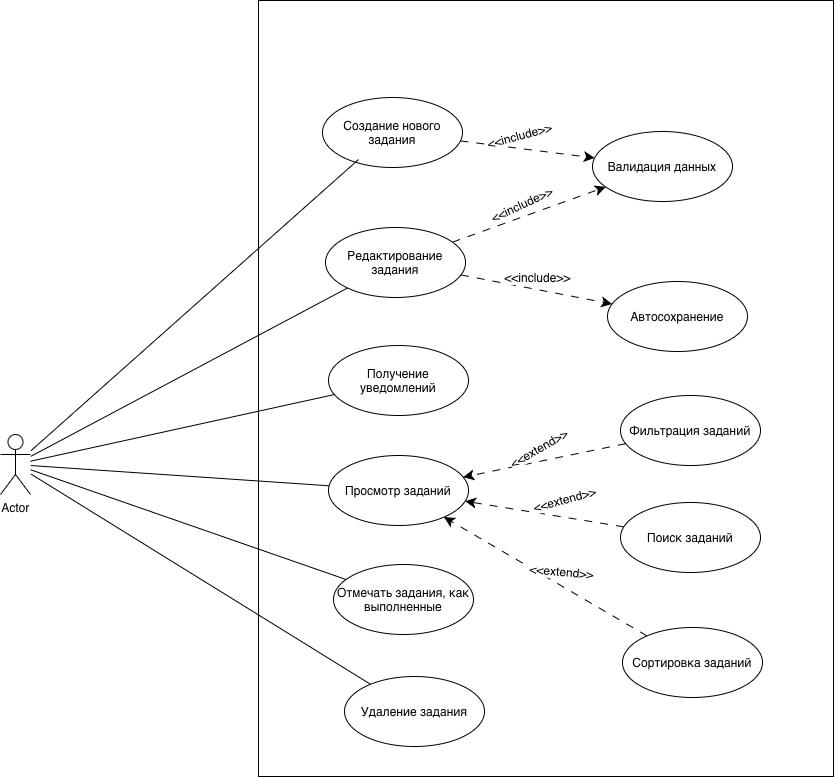
Before: docs/use_cases/use_cases_diagramm.drawio.png, a diagram exported from draw.io (yulya-cloud/Planning-of-the-educational-process-src). Source tidied: cells renumbered, new cells last; positions are measured from the earlier drawing's top-left corner, leaving out a move shared by most shapes.
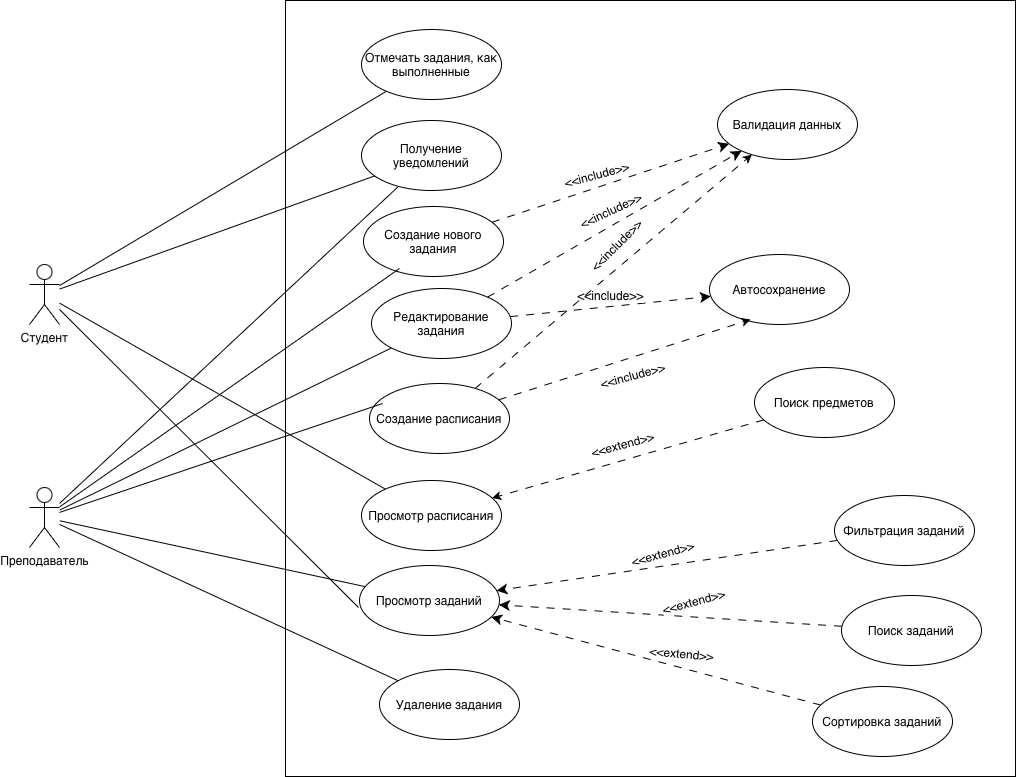
Above is the later version.

Diff of the diagram source:
```diff
@@ -3,7 +3,7 @@
     <mxCell id="0" />
     <mxCell id="1" parent="0" />
     <mxCell id="2" style="rounded=0;whiteSpace=wrap;html=1;" parent="1" vertex="1">
-      <mxGeometry x="258" width="575" height="776" as="geometry" />
+      <mxGeometry x="286" y="47" width="730" height="776" as="geometry" />
     </mxCell>
     <mxCell id="3" style="edgeStyle=none;curved=1;rounded=0;jettySize=auto;html=1;fontSize=12;startSize=8;endSize=8;endArrow=none;endFill=0;" parent="1" edge="1" source="8" target="16">
       <mxGeometry relative="1" as="geometry" />
@@ -17,11 +17,8 @@
     <mxCell id="6" style="edgeStyle=none;curved=1;rounded=0;jettySize=auto;html=1;fontSize=12;startSize=8;endSize=8;endArrow=none;endFill=0;" parent="1" edge="1" source="8" target="18">
       <mxGeometry relative="1" as="geometry" />
     </mxCell>
-    <mxCell id="7" style="edgeStyle=none;curved=1;rounded=0;jettySize=auto;html=1;fontSize=12;startSize=8;endSize=8;endArrow=none;endFill=0;" parent="1" edge="1" source="8" target="19">
-      <mxGeometry relative="1" as="geometry" />
-    </mxCell>
-    <mxCell id="8" value="Actor" style="shape=umlActor;verticalLabelPosition=bottom;verticalAlign=top;html=1;" parent="1" vertex="1">
-      <mxGeometry y="434" width="30" height="60" as="geometry" />
+    <mxCell id="8" value="Преподаватель" style="shape=umlActor;verticalLabelPosition=bottom;verticalAlign=top;html=1;" parent="1" vertex="1">
+      <mxGeometry x="30" y="534" width="30" height="60" as="geometry" />
     </mxCell>
     <mxCell id="9" style="edgeStyle=none;curved=1;rounded=0;jettySize=auto;html=1;fontSize=12;startSize=8;endSize=8;dashed=1;dashPattern=8 8;" parent="1" edge="1" source="11" target="21">
       <mxGeometry relative="1" as="geometry" />
@@ -32,7 +29,7 @@
       </mxGeometry>
     </mxCell>
     <mxCell id="11" value="Создание нового задания" style="ellipse;whiteSpace=wrap;html=1;" parent="1" vertex="1">
-      <mxGeometry x="322" y="97" width="140" height="70" as="geometry" />
+      <mxGeometry x="364" y="253" width="140" height="70" as="geometry" />
     </mxCell>
     <mxCell id="12" style="edgeStyle=none;curved=1;rounded=0;jettySize=auto;html=1;fontSize=12;startSize=8;endSize=8;dashed=1;dashPattern=8 8;" parent="1" edge="1" source="16" target="22">
       <mxGeometry relative="1" as="geometry" />
@@ -51,36 +48,36 @@
       </mxGeometry>
     </mxCell>
     <mxCell id="16" value="Редактирование задания" style="ellipse;whiteSpace=wrap;html=1;" parent="1" vertex="1">
-      <mxGeometry x="325" y="227" width="140" height="70" as="geometry" />
+      <mxGeometry x="372" y="335" width="140" height="70" as="geometry" />
     </mxCell>
     <mxCell id="17" value="Просмотр заданий" style="ellipse;whiteSpace=wrap;html=1;" parent="1" vertex="1">
-      <mxGeometry x="328" y="455" width="140" height="70" as="geometry" />
+      <mxGeometry x="360" y="612" width="140" height="70" as="geometry" />
     </mxCell>
     <mxCell id="18" value="Удаление задания" style="ellipse;whiteSpace=wrap;html=1;" parent="1" vertex="1">
-      <mxGeometry x="344" y="676" width="140" height="70" as="geometry" />
+      <mxGeometry x="380" y="716" width="140" height="70" as="geometry" />
     </mxCell>
     <mxCell id="19" value="Отмечать задания, как выполненные" style="ellipse;whiteSpace=wrap;html=1;" parent="1" vertex="1">
-      <mxGeometry x="333" y="564" width="140" height="70" as="geometry" />
+      <mxGeometry x="362" y="76" width="140" height="70" as="geometry" />
     </mxCell>
     <mxCell id="20" value="Получение уведомлений" style="ellipse;whiteSpace=wrap;html=1;" parent="1" vertex="1">
-      <mxGeometry x="328" y="345" width="140" height="70" as="geometry" />
+      <mxGeometry x="362" y="167" width="140" height="70" as="geometry" />
     </mxCell>
     <mxCell id="21" value="Валидация данных" style="ellipse;whiteSpace=wrap;html=1;" parent="1" vertex="1">
-      <mxGeometry x="592" y="131" width="140" height="70" as="geometry" />
+      <mxGeometry x="718" y="136" width="140" height="70" as="geometry" />
     </mxCell>
     <mxCell id="22" value="Автосохранение" style="ellipse;whiteSpace=wrap;html=1;" parent="1" vertex="1">
-      <mxGeometry x="607" y="281" width="140" height="70" as="geometry" />
+      <mxGeometry x="710" y="301" width="140" height="70" as="geometry" />
     </mxCell>
     <mxCell id="23" style="edgeStyle=none;curved=1;rounded=0;jettySize=auto;html=1;fontSize=12;startSize=8;endSize=8;dashed=1;dashPattern=8 8;" parent="1" edge="1" source="25" target="17">
       <mxGeometry relative="1" as="geometry" />
     </mxCell>
-    <mxCell id="24" value="&amp;lt;&amp;lt;extend&amp;gt;&amp;gt;" style="edgeLabel;html=1;align=center;verticalAlign=middle;fontSize=12;rotation=-30;" parent="23" vertex="1">
+    <mxCell id="24" value="&amp;lt;&amp;lt;extend&amp;gt;&amp;gt;" style="edgeLabel;html=1;align=center;verticalAlign=middle;fontSize=12;rotation=-15;" parent="23" vertex="1">
       <mxGeometry x="-0.02" y="-2" relative="1" as="geometry">
         <mxPoint x="-8" y="-10" as="offset" />
       </mxGeometry>
     </mxCell>
     <mxCell id="25" value="Фильтрация заданий" style="ellipse;whiteSpace=wrap;html=1;" parent="1" vertex="1">
-      <mxGeometry x="620" y="395" width="140" height="70" as="geometry" />
+      <mxGeometry x="835" y="542" width="140" height="70" as="geometry" />
     </mxCell>
     <mxCell id="26" style="edgeStyle=none;curved=1;rounded=0;jettySize=auto;html=1;fontSize=12;startSize=8;endSize=8;dashed=1;dashPattern=8 8;" parent="1" edge="1" source="28" target="17">
       <mxGeometry relative="1" as="geometry" />
@@ -90,8 +87,8 @@
         <mxPoint x="17" y="-17" as="offset" />
       </mxGeometry>
     </mxCell>
-    <mxCell id="28" value="Поиск заданий" style="ellipse;whiteSpace=wrap;html=1;" parent="1" vertex="1">
-      <mxGeometry x="620" y="502" width="140" height="70" as="geometry" />
+    <mxCell id="28" value="&lt;span style=&quot;caret-color: rgb(0, 0, 0); color: rgb(0, 0, 0); font-family: Helvetica; font-size: 12px; font-style: normal; font-variant-caps: normal; font-weight: 400; letter-spacing: normal; text-align: center; text-indent: 0px; text-transform: none; white-space: nowrap; word-spacing: 0px; -webkit-text-stroke-width: 0px; background-color: rgb(255, 255, 255); text-decoration: none; float: none; display: inline !important;&quot;&gt;Поиск заданий&lt;/span&gt;" style="ellipse;whiteSpace=wrap;html=1;" parent="1" vertex="1">
+      <mxGeometry x="842" y="642" width="140" height="70" as="geometry" />
     </mxCell>
     <mxCell id="29" style="edgeStyle=none;curved=1;rounded=0;jettySize=auto;html=1;fontSize=12;startSize=8;endSize=8;dashed=1;dashPattern=8 8;" parent="1" edge="1" source="31" target="17">
       <mxGeometry relative="1" as="geometry" />
@@ -102,10 +99,64 @@
       </mxGeometry>
     </mxCell>
     <mxCell id="31" value="Сортировка заданий" style="ellipse;whiteSpace=wrap;html=1;" parent="1" vertex="1">
-      <mxGeometry x="622" y="627" width="140" height="70" as="geometry" />
+      <mxGeometry x="813" y="733" width="140" height="70" as="geometry" />
     </mxCell>
     <mxCell id="32" style="edgeStyle=none;curved=1;rounded=0;jettySize=auto;html=1;entryX=0.257;entryY=0.886;entryDx=0;entryDy=0;entryPerimeter=0;fontSize=12;startSize=8;endSize=8;endArrow=none;endFill=0;" parent="1" edge="1" source="8" target="11">
       <mxGeometry relative="1" as="geometry" />
     </mxCell>
+    <mxCell id="33" style="rounded=0;jettySize=auto;html=1;endArrow=none;endFill=0;" parent="1" edge="1" source="36" target="20">
+      <mxGeometry relative="1" as="geometry" />
+    </mxCell>
+    <mxCell id="34" style="rounded=0;jettySize=auto;html=1;endArrow=none;endFill=0;" parent="1" edge="1" source="36" target="19">
+      <mxGeometry relative="1" as="geometry" />
+    </mxCell>
+    <mxCell id="35" style="rounded=0;jettySize=auto;html=1;endArrow=none;endFill=0;" parent="1" edge="1" source="36" target="38">
+      <mxGeometry relative="1" as="geometry" />
+    </mxCell>
+    <mxCell id="36" value="Студент" style="shape=umlActor;verticalLabelPosition=bottom;verticalAlign=top;html=1;" parent="1" vertex="1">
+      <mxGeometry x="30" y="311" width="30" height="60" as="geometry" />
+    </mxCell>
+    <mxCell id="37" style="rounded=0;jettySize=auto;html=1;entryX=-0.007;entryY=0.6;entryDx=0;entryDy=0;entryPerimeter=0;endArrow=none;endFill=0;" parent="1" edge="1" source="36" target="17">
+      <mxGeometry relative="1" as="geometry" />
+    </mxCell>
+    <mxCell id="38" value="Просмотр расписания" style="ellipse;whiteSpace=wrap;html=1;" parent="1" vertex="1">
+      <mxGeometry x="362" y="527" width="140" height="70" as="geometry" />
+    </mxCell>
+    <mxCell id="39" style="rounded=0;jettySize=auto;html=1;dashed=1;dashPattern=8 8;" parent="1" edge="1" source="42" target="21">
+      <mxGeometry relative="1" as="geometry" />
+    </mxCell>
+    <mxCell id="40" value="&lt;span style=&quot;caret-color: rgba(0, 0, 0, 0); color: rgba(0, 0, 0, 0); font-family: monospace; font-size: 0px; text-align: start; background-color: rgb(236, 236, 236);&quot;&gt;%3CmxGraphModel%3E%3Croot%3E%3CmxCell%20id%3D%220%22%2F%3E%3CmxCell%20id%3D%221%22%20parent%3D%220%22%2F%3E%3CmxCell%20id%3D%222%22%20connectable%3D%220%22%20parent%3D%221%22%20style%3D%22edgeLabel%3Bhtml%3D1%3Balign%3Dcenter%3BverticalAlign%3Dmiddle%3Bresizable%3D0%3Bpoints%3D%5B%5D%3BfontSize%3D12%3Brotation%3D-25%3B%22%20value%3D%22%26amp%3Blt%3B%26amp%3Blt%3Binclude%26amp%3Bgt%3B%26amp%3Bgt%3B%22%20vertex%3D%221%22%3E%3CmxGeometry%20x%3D%22-142.96488092631716%22%20y%3D%22158.06838313042522%22%20as%3D%22geometry%22%2F%3E%3C%2FmxCell%3E%3C%2Froot%3E%3C%2FmxGraphModel%3E&lt;/span&gt;" style="edgeLabel;html=1;align=center;verticalAlign=middle;" parent="39" vertex="1">
+      <mxGeometry y="3" relative="1" as="geometry" />
+    </mxCell>
+    <mxCell id="41" value="&lt;span style=&quot;font-size: 12px;&quot;&gt;&amp;lt;&amp;lt;include&amp;gt;&amp;gt;&lt;/span&gt;" style="edgeLabel;html=1;align=center;verticalAlign=middle;rotation=-45;" parent="39" vertex="1">
+      <mxGeometry x="0.01" y="5" relative="1" as="geometry">
+        <mxPoint x="3" y="-20" as="offset" />
+      </mxGeometry>
+    </mxCell>
+    <mxCell id="42" value="Создание расписания" style="ellipse;whiteSpace=wrap;html=1;" parent="1" vertex="1">
+      <mxGeometry x="370" y="430" width="140" height="70" as="geometry" />
+    </mxCell>
+    <mxCell id="43" style="rounded=0;jettySize=auto;html=1;entryX=0.093;entryY=0.286;entryDx=0;entryDy=0;entryPerimeter=0;endArrow=none;endFill=0;" parent="1" edge="1" source="8" target="42">
+      <mxGeometry relative="1" as="geometry" />
+    </mxCell>
+    <mxCell id="44" style="rounded=0;jettySize=auto;html=1;entryX=0.293;entryY=0.929;entryDx=0;entryDy=0;entryPerimeter=0;dashed=1;dashPattern=8 8;" parent="1" edge="1" source="42" target="22">
+      <mxGeometry relative="1" as="geometry" />
+    </mxCell>
+    <mxCell id="45" value="&lt;span style=&quot;font-size: 12px;&quot;&gt;&amp;lt;&amp;lt;include&amp;gt;&amp;gt;&lt;/span&gt;" style="edgeLabel;html=1;align=center;verticalAlign=middle;rotation=-15;" parent="44" vertex="1">
+      <mxGeometry x="0.04" y="-5" relative="1" as="geometry">
+        <mxPoint x="1" y="12" as="offset" />
+      </mxGeometry>
+    </mxCell>
+    <mxCell id="46" style="rounded=0;jettySize=auto;html=1;dashed=1;dashPattern=8 8;" parent="1" edge="1" source="48" target="38">
+      <mxGeometry relative="1" as="geometry" />
+    </mxCell>
+    <mxCell id="47" value="&lt;span style=&quot;font-size: 12px;&quot;&gt;&amp;lt;&amp;lt;extend&amp;gt;&amp;gt;&lt;/span&gt;" style="edgeLabel;html=1;align=center;verticalAlign=middle;rotation=-15;" parent="46" vertex="1">
+      <mxGeometry x="-0.02" y="-2" relative="1" as="geometry">
+        <mxPoint x="-9" y="-12" as="offset" />
+      </mxGeometry>
+    </mxCell>
+    <mxCell id="48" value="Поиск предметов" style="ellipse;whiteSpace=wrap;html=1;" parent="1" vertex="1">
+      <mxGeometry x="755" y="414" width="140" height="70" as="geometry" />
+    </mxCell>
   </root>
 </mxGraphModel>
```
